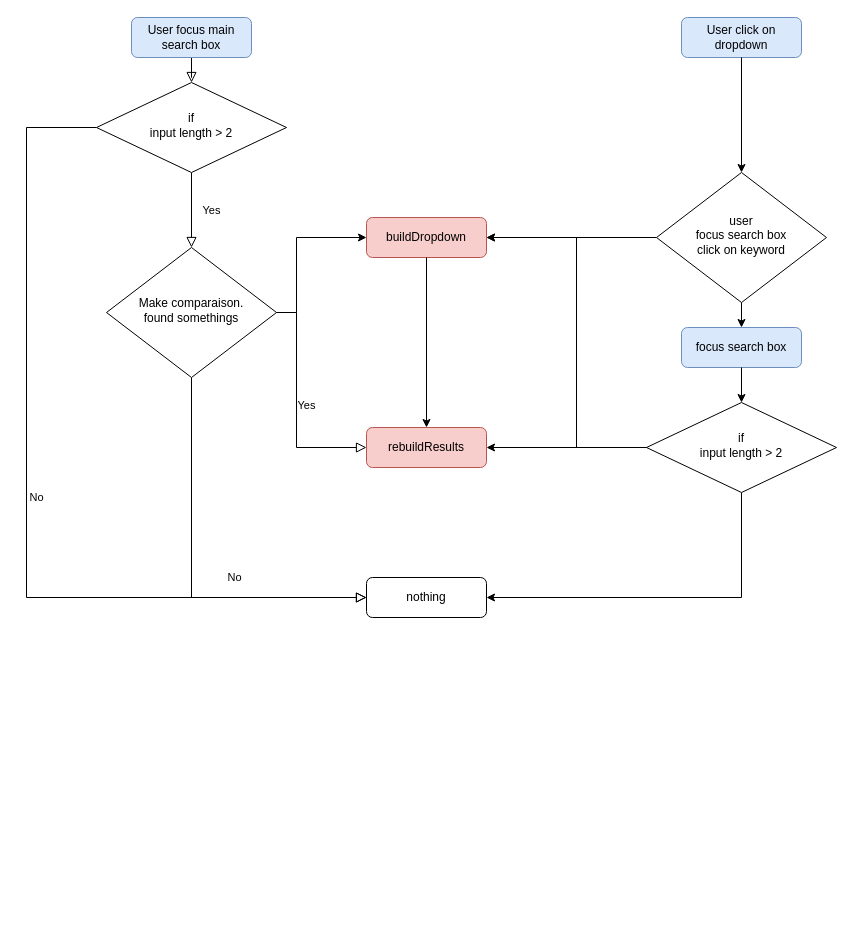
Before: Untitled Diagram.drawio in flogus/algorithmeRechercheJavaScript, a draw.io diagram. Source tidied: cells renumbered, new cells numbered last; positions are measured from the earlier drawing's top-left corner, leaving out a move shared by most shapes. Both pictures are drawn from the tidied source at 100%, with x=0, y=0 at pixel (26, 17).
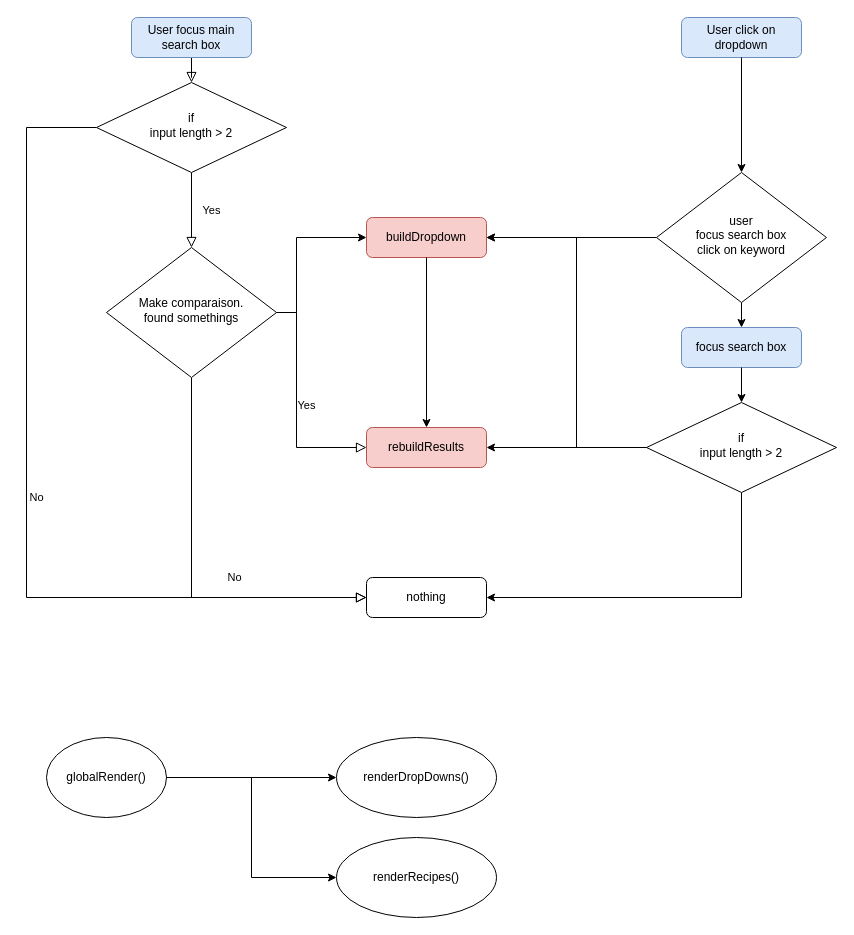
The same diagram, later.

What changed in the source:
```diff
@@
+    <mxCell id="26" value="renderDropDowns()" style="ellipse;whiteSpace=wrap;html=1;" parent="1" vertex="1">
+      <mxGeometry x="310" y="720" width="160" height="80" as="geometry" />
+    </mxCell>
+    <mxCell id="27" value="globalRender()" style="ellipse;whiteSpace=wrap;html=1;" parent="1" vertex="1">
+      <mxGeometry x="20" y="720" width="120" height="80" as="geometry" />
+    </mxCell>
+    <mxCell id="28" style="endArrow=classic;html=1;rounded=0;exitX=1;exitY=0.5;exitDx=0;exitDy=0;entryX=0;entryY=0.5;entryDx=0;entryDy=0;" parent="1" edge="1" source="27" target="26">
+      <mxGeometry relative="1" as="geometry" />
+    </mxCell>
+    <mxCell id="29" value="renderRecipes()" style="ellipse;whiteSpace=wrap;html=1;" parent="1" vertex="1">
+      <mxGeometry x="310" y="820" width="160" height="80" as="geometry" />
+    </mxCell>
+    <mxCell id="30" style="endArrow=classic;html=1;rounded=0;entryX=0;entryY=0.5;entryDx=0;entryDy=0;exitX=1;exitY=0.5;exitDx=0;exitDy=0;edgeStyle=orthogonalEdgeStyle;" parent="1" edge="1" source="27" target="29">
+      <mxGeometry relative="1" as="geometry" />
+    </mxCell>
```
